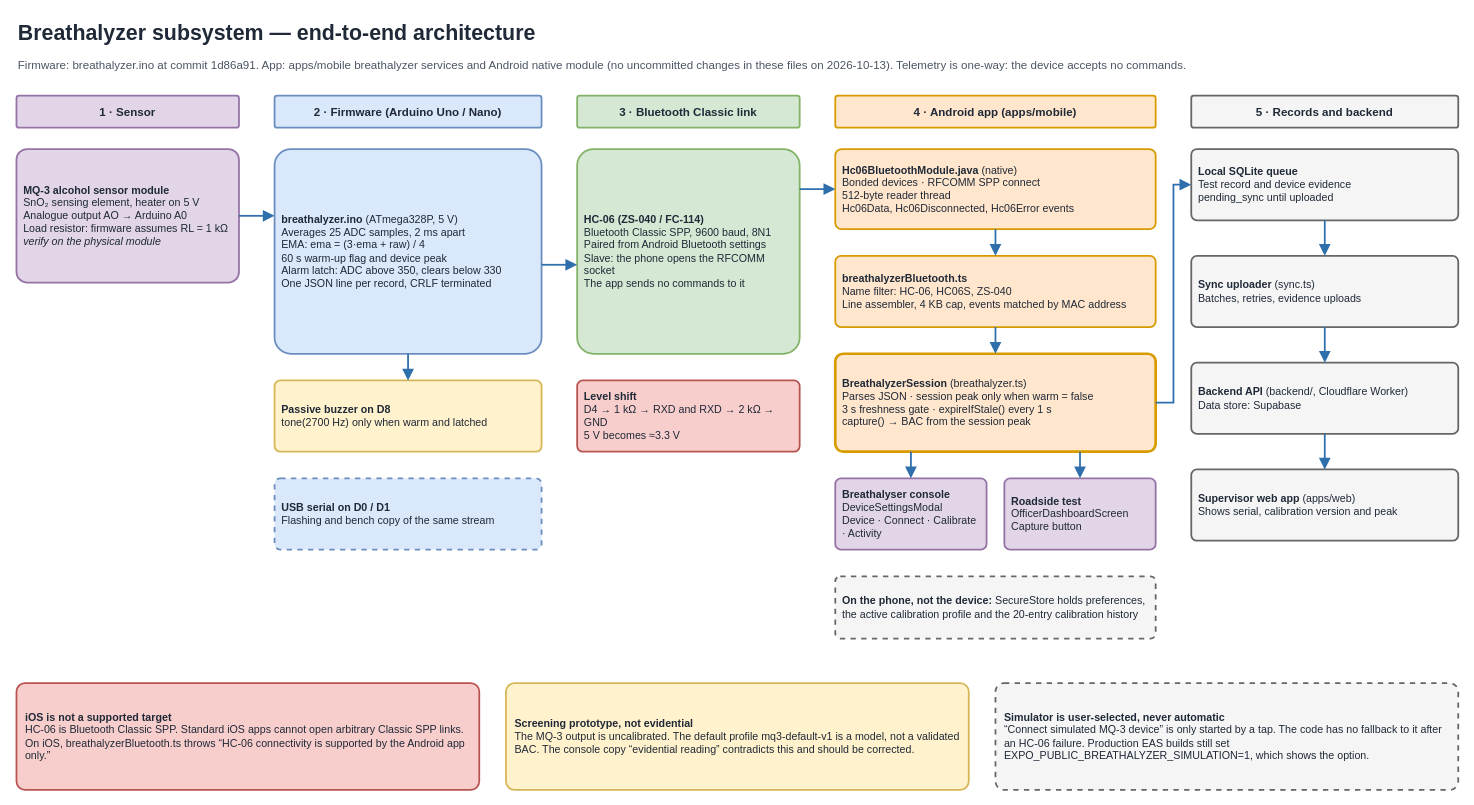
Before: firmware/breathalyzer/diagrams/01-system-architecture.drawio in Joeycodes-dev/IntegriSolutions, a draw.io diagram. Source tidied: cells renumbered, new cells numbered last; positions are measured from the earlier drawing's top-left corner, leaving out a move shared by most shapes. Both pictures are drawn from the tidied source at 89%, with x=0, y=0 at pixel (16, 15).
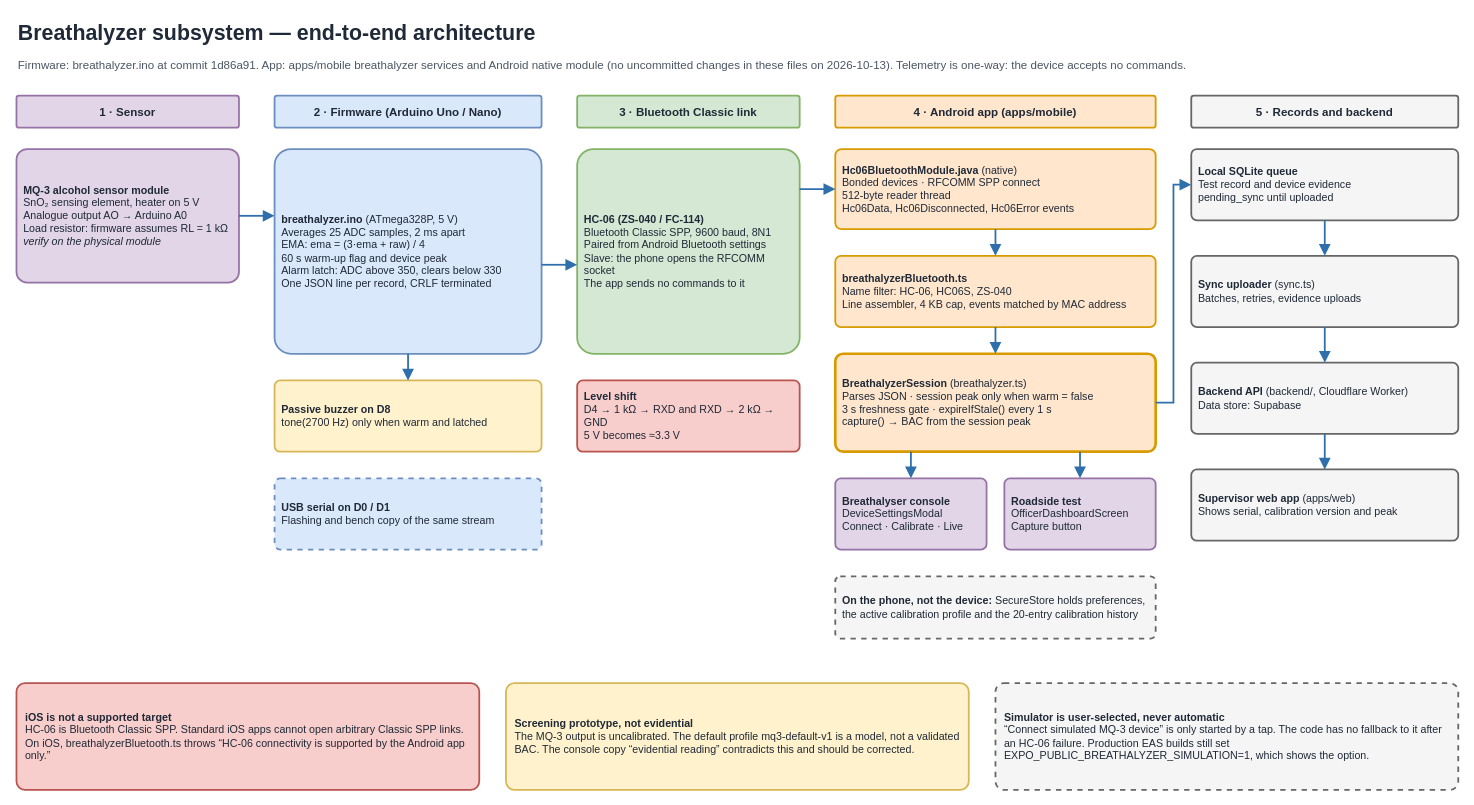
After the change.

Change to the diagram source:
```diff
@@
-    <mxCell id="18" value="&lt;b&gt;Breathalyser console&lt;/b&gt;&lt;br&gt;DeviceSettingsModal&lt;br&gt;Device · Connect · Calibrate · Activity" style="rounded=1;whiteSpace=wrap;html=1;arcSize=8;fontFamily=Helvetica;fontSize=12;fontColor=#1f2937;align=center;verticalAlign=middle;spacing=6;strokeWidth=2;fontSize=12;align=left;verticalAlign=middle;spacing=8;fillColor=#e1d5e7;strokeColor=#9673a6;strokeWidth=2;" parent="1" vertex="1">
+    <mxCell id="18" value="&lt;b&gt;Breathalyser console&lt;/b&gt;&lt;br&gt;DeviceSettingsModal&lt;br&gt;Connect · Calibrate · Live" style="rounded=1;whiteSpace=wrap;html=1;arcSize=8;fontFamily=Helvetica;fontSize=12;fontColor=#1f2937;align=center;verticalAlign=middle;spacing=6;strokeWidth=2;fontSize=12;align=left;verticalAlign=middle;spacing=8;fillColor=#e1d5e7;strokeColor=#9673a6;strokeWidth=2;" parent="1" vertex="1">
       <mxGeometry x="920" y="520" width="170" height="80" as="geometry" />
     </mxCell>
```
